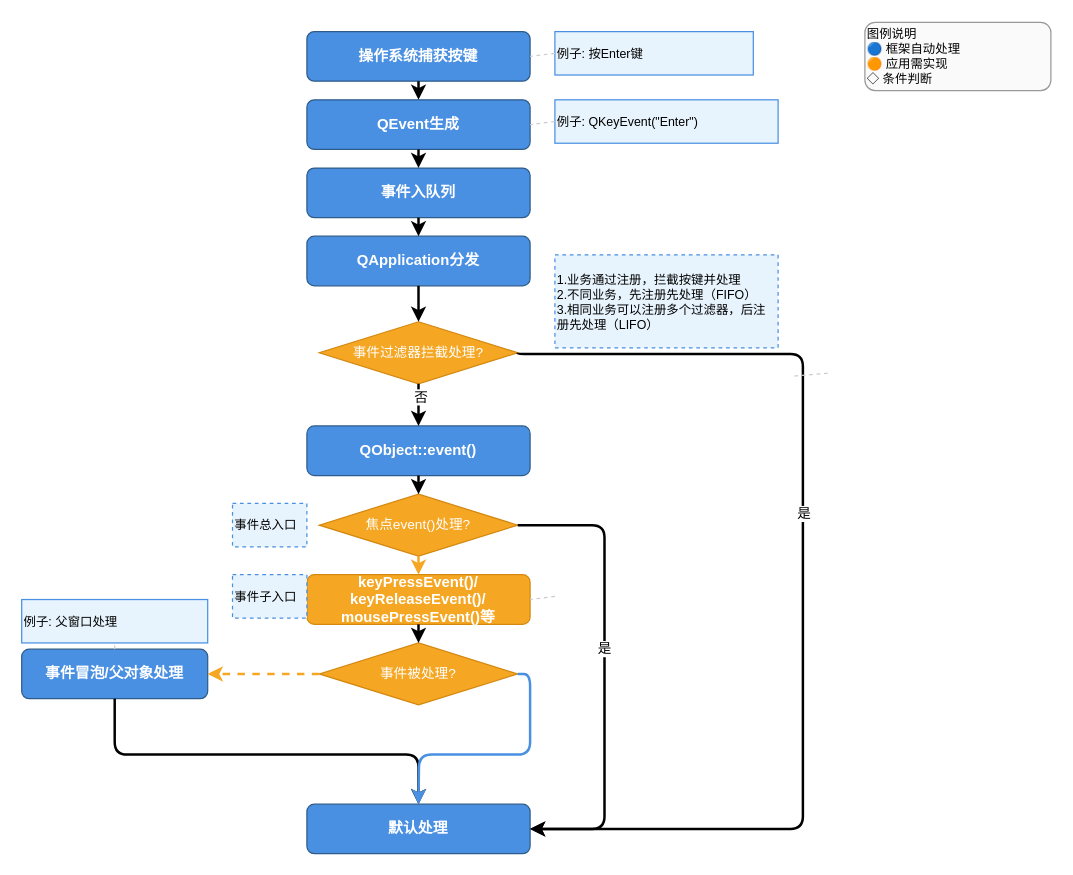
This is page "QT的按键分发" (9 of 9) of PDR.drawio from liyunhao2/technology, a draw.io file, before an edit. Source tidied: cells renumbered, new cells numbered last; positions are measured from the earlier drawing's top-left corner, leaving out a move shared by most shapes. Both pictures are drawn from the tidied source at 124%, with x=0, y=0 at pixel (21, 21).
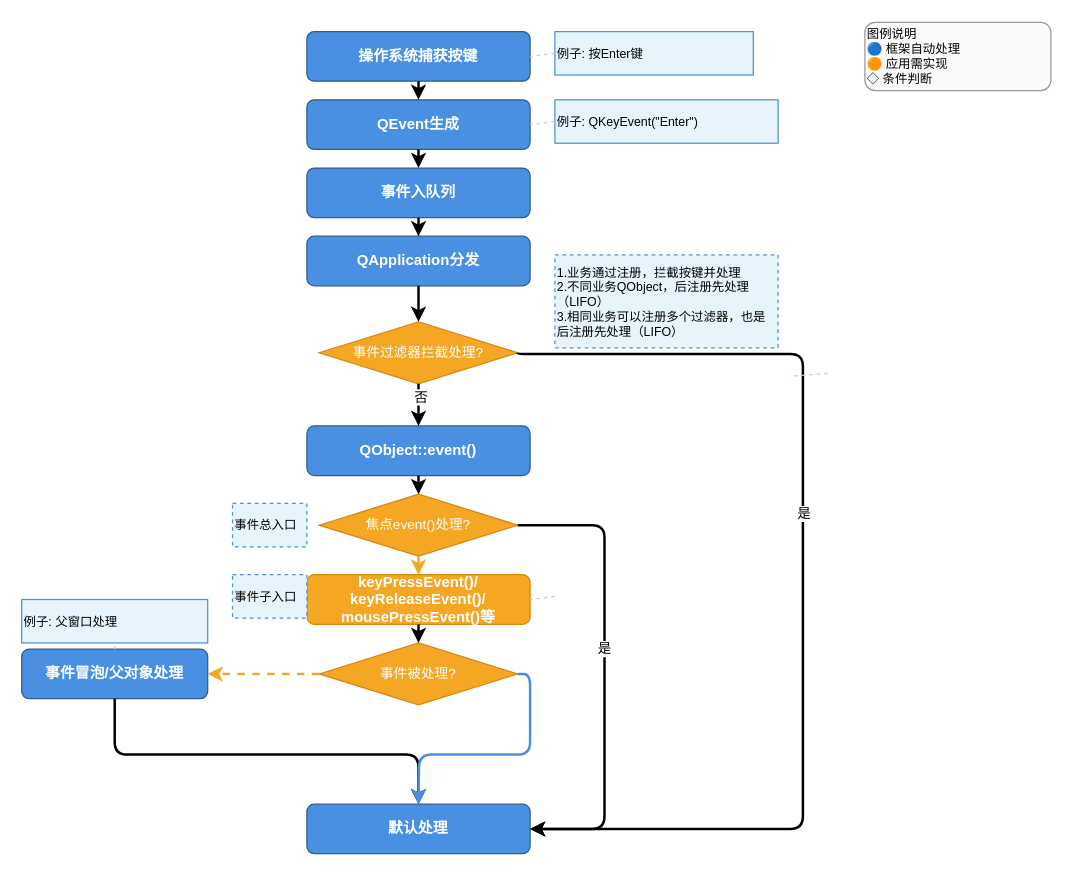
The same page after the edit.

What changed in the source:
```diff
@@
-    <mxCell id="38" value="1.业务通过注册，拦截按键并处理&lt;div&gt;2.不同业务，先注册先处理（FIFO）&lt;/div&gt;&lt;div&gt;3.相同业务可以注册多个过滤器，后注册先处理（LIFO）&lt;/div&gt;" style="rounded=0;fillColor=#E8F4FD;strokeColor=#4A90E2;fontSize=10;whiteSpace=wrap;html=1;align=left;dashed=1;" parent="1" vertex="1">
+    <mxCell id="38" value="1.业务通过注册，拦截按键并处理&lt;div&gt;2.不同业务QObject，后注册先处理（LIFO）&lt;/div&gt;&lt;div&gt;3.相同业务可以注册多个过滤器，也是后注册先处理（LIFO）&lt;/div&gt;" style="rounded=0;fillColor=#E8F4FD;strokeColor=#4A90E2;fontSize=10;whiteSpace=wrap;html=1;align=left;dashed=1;" parent="1" vertex="1">
       <mxGeometry x="430" y="188" width="180" height="75" as="geometry" />
     </mxCell>
```
